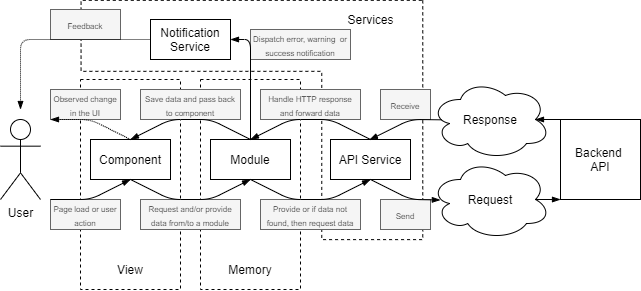
This is frontend/_docs/general-frontend-flow.png from neat-monte/manganace, a draw.io export, as it was before one commit. Source tidied: cells renumbered, new cells last; positions are measured from the earlier drawing's top-left corner, leaving out a move shared by most shapes.
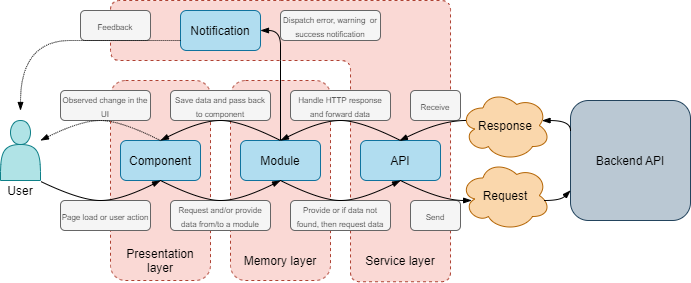
The same diagram one commit later.

The edit, as a diff of the source:
```diff
@@ -2,84 +2,89 @@
   <root>
     <mxCell id="0" />
     <mxCell id="1" parent="0" />
-    <mxCell id="2" style="rounded=0;whiteSpace=wrap;html=1;shadow=0;glass=0;dashed=1;fillColor=none;" parent="1" vertex="1">
-      <mxGeometry x="80" y="130" width="100" height="210" as="geometry" />
+    <mxCell id="2" style="whiteSpace=wrap;html=1;shadow=0;glass=0;dashed=1;fillColor=#fad9d5;strokeColor=#ae4132;rounded=1;" parent="1" vertex="1">
+      <mxGeometry x="80" y="130" width="100" height="200" as="geometry" />
     </mxCell>
-    <mxCell id="3" style="rounded=0;whiteSpace=wrap;html=1;shadow=0;glass=0;dashed=1;fillColor=none;" parent="1" vertex="1">
-      <mxGeometry x="200" y="130" width="100" height="210" as="geometry" />
+    <mxCell id="3" style="whiteSpace=wrap;html=1;shadow=0;glass=0;dashed=1;fillColor=#fad9d5;strokeColor=#ae4132;rounded=1;" parent="1" vertex="1">
+      <mxGeometry x="200" y="130" width="100" height="200" as="geometry" />
     </mxCell>
-    <mxCell id="4" style="shape=corner;whiteSpace=wrap;html=1;rotation=90;dx=71;dy=101;dashed=1;fillColor=none;" parent="1" vertex="1">
-      <mxGeometry x="131.8" y="-0.4" width="239.3" height="341.7" as="geometry" />
+    <mxCell id="4" style="shape=corner;whiteSpace=wrap;html=1;rotation=90;dx=60;dy=100;dashed=1;fillColor=#fad9d5;strokeColor=#ae4132;rounded=1;" parent="1" vertex="1">
+      <mxGeometry x="109.4" y="20.6" width="281.2" height="340" as="geometry" />
     </mxCell>
-    <mxCell id="5" value="Component" style="rounded=0;whiteSpace=wrap;html=1;" parent="1" vertex="1">
+    <mxCell id="5" value="Component" style="whiteSpace=wrap;html=1;fillColor=#b1ddf0;strokeColor=#10739e;rounded=1;" parent="1" vertex="1">
       <mxGeometry x="90" y="190" width="80" height="40" as="geometry" />
     </mxCell>
-    <mxCell id="6" value="Module" style="rounded=0;whiteSpace=wrap;html=1;" parent="1" vertex="1">
+    <mxCell id="6" value="Module" style="whiteSpace=wrap;html=1;fillColor=#b1ddf0;strokeColor=#10739e;rounded=1;" parent="1" vertex="1">
       <mxGeometry x="210" y="190" width="80" height="40" as="geometry" />
     </mxCell>
-    <mxCell id="7" value="API Service" style="rounded=0;whiteSpace=wrap;html=1;" parent="1" vertex="1">
+    <mxCell id="7" value="API" style="whiteSpace=wrap;html=1;fillColor=#b1ddf0;strokeColor=#10739e;rounded=1;" parent="1" vertex="1">
       <mxGeometry x="330" y="190" width="80" height="40" as="geometry" />
     </mxCell>
-    <mxCell id="8" value="Notification Service" style="rounded=0;whiteSpace=wrap;html=1;" parent="1" vertex="1">
-      <mxGeometry x="150" y="70" width="80" height="40" as="geometry" />
+    <mxCell id="8" value="Notification" style="whiteSpace=wrap;html=1;fillColor=#b1ddf0;strokeColor=#10739e;rounded=1;" parent="1" vertex="1">
+      <mxGeometry x="150" y="60" width="80" height="40" as="geometry" />
     </mxCell>
-    <mxCell id="9" value="Request" style="ellipse;shape=cloud;whiteSpace=wrap;html=1;" parent="1" vertex="1">
-      <mxGeometry x="430" y="210" width="120" height="80" as="geometry" />
+    <mxCell id="9" value="Request" style="ellipse;shape=cloud;whiteSpace=wrap;html=1;rounded=1;fillColor=#fad7ac;strokeColor=#b46504;" parent="1" vertex="1">
+      <mxGeometry x="430" y="210" width="90" height="70" as="geometry" />
     </mxCell>
-    <mxCell id="10" value="User" style="shape=umlActor;verticalLabelPosition=bottom;verticalAlign=top;html=1;" parent="1" vertex="1">
-      <mxGeometry y="170" width="40" height="80" as="geometry" />
-    </mxCell>
-    <mxCell id="11" value="Response" style="ellipse;shape=cloud;whiteSpace=wrap;html=1;" parent="1" vertex="1">
-      <mxGeometry x="430" y="130" width="120" height="80" as="geometry" />
+    <mxCell id="11" value="Response" style="ellipse;shape=cloud;whiteSpace=wrap;html=1;rounded=1;fillColor=#fad7ac;strokeColor=#b46504;" parent="1" vertex="1">
+      <mxGeometry x="430" y="140" width="90" height="70" as="geometry" />
     </mxCell>
-    <mxCell id="12" value="Backend &lt;br&gt;API" style="whiteSpace=wrap;html=1;" parent="1" vertex="1">
-      <mxGeometry x="560" y="170" width="80" height="80" as="geometry" />
+    <mxCell id="12" value="Backend&amp;nbsp;API" style="whiteSpace=wrap;html=1;fillColor=#bac8d3;strokeColor=#23445d;rounded=1;" parent="1" vertex="1">
+      <mxGeometry x="540" y="150" width="120" height="120" as="geometry" />
     </mxCell>
-    <mxCell id="13" style="endArrow=blockThin;html=1;endFill=1;exitX=0.875;exitY=0.5;exitDx=0;exitDy=0;exitPerimeter=0;entryX=0;entryY=1;entryDx=0;entryDy=0;" parent="1" edge="1" source="9" target="12">
-      <mxGeometry relative="1" as="geometry" />
+    <mxCell id="13" style="endArrow=blockThin;html=1;endFill=1;exitX=0.933;exitY=0.571;exitDx=0;exitDy=0;exitPerimeter=0;entryX=0;entryY=0.75;entryDx=0;entryDy=0;curved=1;" parent="1" edge="1" source="9" target="12">
+      <mxGeometry relative="1" as="geometry">
+        <Array as="points">
+          <mxPoint x="530" y="250" />
+        </Array>
+      </mxGeometry>
     </mxCell>
-    <mxCell id="14" style="endArrow=blockThin;html=1;endFill=1;exitX=0;exitY=0;exitDx=0;exitDy=0;entryX=0.875;entryY=0.5;entryDx=0;entryDy=0;entryPerimeter=0;" parent="1" edge="1" source="12" target="11">
-      <mxGeometry relative="1" as="geometry" />
+    <mxCell id="14" style="endArrow=blockThin;html=1;endFill=1;exitX=0;exitY=0.25;exitDx=0;exitDy=0;entryX=0.906;entryY=0.43;entryDx=0;entryDy=0;entryPerimeter=0;curved=1;" parent="1" edge="1" source="12" target="11">
+      <mxGeometry relative="1" as="geometry">
+        <Array as="points">
+          <mxPoint x="540" y="170" />
+        </Array>
+      </mxGeometry>
     </mxCell>
-    <mxCell id="15" value="&lt;span style=&quot;font-size: 8px&quot;&gt;Request and/or provide data from/to a module&lt;/span&gt;" style="text;html=1;strokeColor=#666666;fillColor=#f5f5f5;align=center;verticalAlign=middle;whiteSpace=wrap;rounded=0;fontColor=#333333;" parent="1" vertex="1">
+    <mxCell id="15" value="&lt;span style=&quot;font-size: 8px&quot;&gt;Request and/or provide data from/to a module&lt;/span&gt;" style="text;html=1;strokeColor=#666666;fillColor=#f5f5f5;align=center;verticalAlign=middle;whiteSpace=wrap;fontColor=#333333;rounded=1;" parent="1" vertex="1">
       <mxGeometry x="140" y="250" width="100" height="30" as="geometry" />
     </mxCell>
-    <mxCell id="16" value="&lt;span style=&quot;font-size: 8px&quot;&gt;Page load or user action&lt;/span&gt;" style="text;html=1;strokeColor=#666666;fillColor=#f5f5f5;align=center;verticalAlign=middle;whiteSpace=wrap;rounded=0;fontColor=#333333;" parent="1" vertex="1">
-      <mxGeometry x="50" y="250" width="70" height="30" as="geometry" />
+    <mxCell id="16" value="&lt;span style=&quot;font-size: 8px&quot;&gt;Page load or user action&lt;/span&gt;" style="text;html=1;strokeColor=#666666;fillColor=#f5f5f5;align=center;verticalAlign=middle;whiteSpace=wrap;fontColor=#333333;rounded=1;" parent="1" vertex="1">
+      <mxGeometry x="30" y="250" width="90" height="30" as="geometry" />
     </mxCell>
-    <mxCell id="17" value="&lt;font style=&quot;font-size: 8px&quot;&gt;Provide or if data not found, then request&amp;nbsp;&lt;/font&gt;&lt;span style=&quot;font-size: 8px&quot;&gt;data&lt;/span&gt;" style="text;html=1;strokeColor=#666666;fillColor=#f5f5f5;align=center;verticalAlign=middle;whiteSpace=wrap;rounded=0;fontColor=#333333;" parent="1" vertex="1">
+    <mxCell id="17" value="&lt;font style=&quot;font-size: 8px&quot;&gt;Provide or if data not found, then request&amp;nbsp;&lt;/font&gt;&lt;span style=&quot;font-size: 8px&quot;&gt;data&lt;/span&gt;" style="text;html=1;strokeColor=#666666;fillColor=#f5f5f5;align=center;verticalAlign=middle;whiteSpace=wrap;fontColor=#333333;rounded=1;" parent="1" vertex="1">
       <mxGeometry x="260" y="250" width="100" height="30" as="geometry" />
     </mxCell>
-    <mxCell id="18" value="&lt;font style=&quot;font-size: 8px&quot;&gt;Save data and pass back to component&lt;/font&gt;" style="text;html=1;strokeColor=#666666;fillColor=#f5f5f5;align=center;verticalAlign=middle;whiteSpace=wrap;rounded=0;fontColor=#333333;" parent="1" vertex="1">
+    <mxCell id="18" value="&lt;font style=&quot;font-size: 8px&quot;&gt;Save data and pass back to component&lt;/font&gt;" style="text;html=1;strokeColor=#666666;fillColor=#f5f5f5;align=center;verticalAlign=middle;whiteSpace=wrap;fontColor=#333333;rounded=1;" parent="1" vertex="1">
       <mxGeometry x="140" y="140" width="100" height="30" as="geometry" />
     </mxCell>
-    <mxCell id="19" value="&lt;font style=&quot;font-size: 8px&quot;&gt;Handle HTTP response and forward data&lt;/font&gt;" style="text;html=1;strokeColor=#666666;fillColor=#f5f5f5;align=center;verticalAlign=middle;whiteSpace=wrap;rounded=0;fontColor=#333333;" parent="1" vertex="1">
+    <mxCell id="19" value="&lt;font style=&quot;font-size: 8px&quot;&gt;Handle HTTP response and forward data&lt;/font&gt;" style="text;html=1;strokeColor=#666666;fillColor=#f5f5f5;align=center;verticalAlign=middle;whiteSpace=wrap;fontColor=#333333;rounded=1;" parent="1" vertex="1">
       <mxGeometry x="260" y="140" width="100" height="30" as="geometry" />
     </mxCell>
-    <mxCell id="20" value="&lt;font style=&quot;font-size: 8px&quot;&gt;Dispatch error, warning&amp;nbsp; or success notification&lt;/font&gt;" style="text;html=1;strokeColor=#666666;fillColor=#f5f5f5;align=center;verticalAlign=middle;whiteSpace=wrap;rounded=0;fontColor=#333333;" parent="1" vertex="1">
-      <mxGeometry x="250" y="80" width="100" height="30" as="geometry" />
+    <mxCell id="20" value="&lt;font style=&quot;font-size: 8px&quot;&gt;Dispatch error, warning&amp;nbsp; or success notification&lt;/font&gt;" style="text;html=1;strokeColor=#666666;fillColor=#f5f5f5;align=center;verticalAlign=middle;whiteSpace=wrap;fontColor=#333333;rounded=1;" parent="1" vertex="1">
+      <mxGeometry x="250" y="60" width="100" height="30" as="geometry" />
     </mxCell>
-    <mxCell id="21" value="&lt;font style=&quot;font-size: 8px&quot;&gt;Feedback&lt;/font&gt;" style="text;html=1;strokeColor=#666666;fillColor=#f5f5f5;align=center;verticalAlign=middle;whiteSpace=wrap;rounded=0;fontColor=#333333;" parent="1" vertex="1">
+    <mxCell id="21" value="&lt;font style=&quot;font-size: 8px&quot;&gt;Feedback&lt;/font&gt;" style="text;html=1;strokeColor=#666666;fillColor=#f5f5f5;align=center;verticalAlign=middle;whiteSpace=wrap;fontColor=#333333;rounded=1;" parent="1" vertex="1">
       <mxGeometry x="50" y="60" width="70" height="30" as="geometry" />
     </mxCell>
-    <mxCell id="22" value="&lt;font style=&quot;font-size: 8px&quot;&gt;Observed change in the UI&lt;/font&gt;" style="text;html=1;strokeColor=#666666;fillColor=#f5f5f5;align=center;verticalAlign=middle;whiteSpace=wrap;rounded=0;fontColor=#333333;" parent="1" vertex="1">
-      <mxGeometry x="50" y="140" width="70" height="30" as="geometry" />
+    <mxCell id="22" value="&lt;font style=&quot;font-size: 8px&quot;&gt;Observed change in the UI&lt;/font&gt;" style="text;html=1;strokeColor=#666666;fillColor=#f5f5f5;align=center;verticalAlign=middle;whiteSpace=wrap;fontColor=#333333;rounded=1;" parent="1" vertex="1">
+      <mxGeometry x="30" y="140" width="90" height="30" as="geometry" />
     </mxCell>
-    <mxCell id="23" value="&lt;font style=&quot;font-size: 8px&quot;&gt;Send&lt;/font&gt;" style="text;html=1;strokeColor=#666666;fillColor=#f5f5f5;align=center;verticalAlign=middle;whiteSpace=wrap;rounded=0;fontColor=#333333;" parent="1" vertex="1">
+    <mxCell id="23" value="&lt;font style=&quot;font-size: 8px&quot;&gt;Send&lt;/font&gt;" style="text;html=1;strokeColor=#666666;fillColor=#f5f5f5;align=center;verticalAlign=middle;whiteSpace=wrap;fontColor=#333333;rounded=1;" parent="1" vertex="1">
       <mxGeometry x="380" y="250" width="50" height="30" as="geometry" />
     </mxCell>
-    <mxCell id="24" value="&lt;font style=&quot;font-size: 8px&quot;&gt;Receive&lt;/font&gt;" style="text;html=1;strokeColor=#666666;fillColor=#f5f5f5;align=center;verticalAlign=middle;whiteSpace=wrap;rounded=0;fontColor=#333333;" parent="1" vertex="1">
+    <mxCell id="24" value="&lt;font style=&quot;font-size: 8px&quot;&gt;Receive&lt;/font&gt;" style="text;html=1;strokeColor=#666666;fillColor=#f5f5f5;align=center;verticalAlign=middle;whiteSpace=wrap;fontColor=#333333;rounded=1;" parent="1" vertex="1">
       <mxGeometry x="380" y="140" width="50" height="30" as="geometry" />
     </mxCell>
-    <mxCell id="25" style="endArrow=blockThin;html=1;endFill=1;entryX=0.5;entryY=1;entryDx=0;entryDy=0;" parent="1" edge="1" target="5">
+    <mxCell id="25" style="endArrow=blockThin;html=1;endFill=1;entryX=0.5;entryY=1;entryDx=0;entryDy=0;curved=1;exitX=1.008;exitY=1.017;exitDx=0;exitDy=0;exitPerimeter=0;" parent="1" edge="1" source="38" target="5">
       <mxGeometry relative="1" as="geometry">
-        <mxPoint x="50" y="250" as="sourcePoint" />
         <Array as="points">
+          <mxPoint x="50" y="250" />
           <mxPoint x="90" y="250" />
         </Array>
       </mxGeometry>
     </mxCell>
-    <mxCell id="26" style="endArrow=blockThin;html=1;endFill=1;entryX=0.5;entryY=1;entryDx=0;entryDy=0;exitX=0.5;exitY=1;exitDx=0;exitDy=0;" parent="1" edge="1" source="5" target="6">
+    <mxCell id="26" style="endArrow=blockThin;html=1;endFill=1;entryX=0.5;entryY=1;entryDx=0;entryDy=0;exitX=0.5;exitY=1;exitDx=0;exitDy=0;curved=1;" parent="1" edge="1" source="5" target="6">
       <mxGeometry relative="1" as="geometry">
         <Array as="points">
           <mxPoint x="170" y="250" />
@@ -87,7 +92,7 @@
         </Array>
       </mxGeometry>
     </mxCell>
-    <mxCell id="27" style="endArrow=blockThin;html=1;endFill=1;entryX=0.5;entryY=1;entryDx=0;entryDy=0;exitX=0.5;exitY=1;exitDx=0;exitDy=0;" parent="1" edge="1" source="6" target="7">
+    <mxCell id="27" style="endArrow=blockThin;html=1;endFill=1;entryX=0.5;entryY=1;entryDx=0;entryDy=0;exitX=0.5;exitY=1;exitDx=0;exitDy=0;curved=1;" parent="1" edge="1" source="6" target="7">
       <mxGeometry relative="1" as="geometry">
         <Array as="points">
           <mxPoint x="290" y="250" />
@@ -95,7 +100,7 @@
         </Array>
       </mxGeometry>
     </mxCell>
-    <mxCell id="28" style="endArrow=blockThin;html=1;endFill=1;exitX=0.5;exitY=1;exitDx=0;exitDy=0;entryX=0.082;entryY=0.506;entryDx=0;entryDy=0;entryPerimeter=0;" parent="1" edge="1" target="9">
+    <mxCell id="28" style="endArrow=blockThin;html=1;endFill=1;exitX=0.5;exitY=1;exitDx=0;exitDy=0;entryX=0.124;entryY=0.571;entryDx=0;entryDy=0;entryPerimeter=0;curved=1;" parent="1" edge="1" target="9">
       <mxGeometry relative="1" as="geometry">
         <mxPoint x="370" y="230" as="sourcePoint" />
         <Array as="points">
@@ -103,14 +108,14 @@
         </Array>
       </mxGeometry>
     </mxCell>
-    <mxCell id="29" style="endArrow=blockThin;html=1;endFill=1;exitX=0.094;exitY=0.504;exitDx=0;exitDy=0;entryX=0.488;entryY=0.008;entryDx=0;entryDy=0;entryPerimeter=0;exitPerimeter=0;" parent="1" edge="1" source="11" target="7">
+    <mxCell id="29" style="endArrow=blockThin;html=1;endFill=1;exitX=0.064;exitY=0.428;exitDx=0;exitDy=0;entryX=0.488;entryY=0.008;entryDx=0;entryDy=0;entryPerimeter=0;exitPerimeter=0;curved=1;" parent="1" edge="1" source="11" target="7">
       <mxGeometry relative="1" as="geometry">
         <Array as="points">
           <mxPoint x="410" y="170" />
         </Array>
       </mxGeometry>
     </mxCell>
-    <mxCell id="30" style="endArrow=blockThin;html=1;endFill=1;exitX=0.5;exitY=0;exitDx=0;exitDy=0;entryX=0.5;entryY=0;entryDx=0;entryDy=0;" parent="1" edge="1" source="7" target="6">
+    <mxCell id="30" style="endArrow=blockThin;html=1;endFill=1;exitX=0.5;exitY=0;exitDx=0;exitDy=0;entryX=0.5;entryY=0;entryDx=0;entryDy=0;curved=1;" parent="1" edge="1" source="7" target="6">
       <mxGeometry relative="1" as="geometry">
         <Array as="points">
           <mxPoint x="330" y="170" />
@@ -118,7 +123,7 @@
         </Array>
       </mxGeometry>
     </mxCell>
-    <mxCell id="31" style="endArrow=blockThin;html=1;endFill=1;exitX=0.5;exitY=0;exitDx=0;exitDy=0;entryX=0.5;entryY=0;entryDx=0;entryDy=0;" parent="1" edge="1" source="6" target="5">
+    <mxCell id="31" style="endArrow=blockThin;html=1;endFill=1;exitX=0.5;exitY=0;exitDx=0;exitDy=0;entryX=0.5;entryY=0;entryDx=0;entryDy=0;curved=1;" parent="1" edge="1" source="6" target="5">
       <mxGeometry relative="1" as="geometry">
         <Array as="points">
           <mxPoint x="210" y="170" />
@@ -126,37 +131,45 @@
         </Array>
       </mxGeometry>
     </mxCell>
-    <mxCell id="32" style="endArrow=blockThin;html=1;endFill=1;exitX=0.5;exitY=0;exitDx=0;exitDy=0;dashed=1;dashPattern=1 1;" parent="1" edge="1" source="5">
+    <mxCell id="32" style="endArrow=blockThin;html=1;endFill=1;exitX=0.5;exitY=0;exitDx=0;exitDy=0;dashed=1;dashPattern=1 1;curved=1;" parent="1" edge="1" source="5" target="38">
       <mxGeometry relative="1" as="geometry">
-        <mxPoint x="50" y="170" as="targetPoint" />
         <Array as="points">
           <mxPoint x="90" y="170" />
+          <mxPoint x="50" y="170" />
         </Array>
       </mxGeometry>
     </mxCell>
-    <mxCell id="33" style="endArrow=blockThin;html=1;endFill=1;exitX=0.5;exitY=0;exitDx=0;exitDy=0;entryX=1;entryY=0.5;entryDx=0;entryDy=0;" parent="1" edge="1" source="6" target="8">
+    <mxCell id="33" style="endArrow=blockThin;html=1;endFill=1;exitX=0.5;exitY=0;exitDx=0;exitDy=0;entryX=1;entryY=0.5;entryDx=0;entryDy=0;curved=1;" parent="1" edge="1" source="6" target="8">
       <mxGeometry relative="1" as="geometry">
         <Array as="points">
-          <mxPoint x="250" y="90" />
+          <mxPoint x="250" y="110" />
+          <mxPoint x="250" y="80" />
         </Array>
       </mxGeometry>
     </mxCell>
-    <mxCell id="34" style="endArrow=blockThin;html=1;endFill=1;dashed=1;exitX=0;exitY=0.5;exitDx=0;exitDy=0;dashPattern=1 1;" parent="1" edge="1" source="8">
+    <mxCell id="34" style="endArrow=blockThin;html=1;endFill=1;dashed=1;exitX=0;exitY=0.75;exitDx=0;exitDy=0;dashPattern=1 1;curved=1;" parent="1" edge="1" source="8">
       <mxGeometry relative="1" as="geometry">
-        <mxPoint x="20" y="160" as="targetPoint" />
+        <mxPoint x="-10" y="160" as="targetPoint" />
         <Array as="points">
-          <mxPoint x="20" y="90" />
+          <mxPoint x="90" y="90" />
+          <mxPoint x="-10" y="90" />
         </Array>
       </mxGeometry>
     </mxCell>
-    <mxCell id="35" value="Services" style="text;html=1;strokeColor=none;fillColor=none;align=center;verticalAlign=middle;whiteSpace=wrap;rounded=0;dashed=1;" parent="1" vertex="1">
-      <mxGeometry x="331.1" y="60" width="78.9" height="20" as="geometry" />
+    <mxCell id="35" value="Service layer" style="text;html=1;strokeColor=none;fillColor=none;align=center;verticalAlign=middle;whiteSpace=wrap;dashed=1;rounded=1;" parent="1" vertex="1">
+      <mxGeometry x="320" y="300" width="100" height="20" as="geometry" />
     </mxCell>
-    <mxCell id="36" value="Memory" style="text;html=1;strokeColor=none;fillColor=none;align=center;verticalAlign=middle;whiteSpace=wrap;rounded=0;dashed=1;" parent="1" vertex="1">
-      <mxGeometry x="210" y="310" width="80" height="20" as="geometry" />
+    <mxCell id="36" value="Memory layer" style="text;html=1;strokeColor=none;fillColor=none;align=center;verticalAlign=middle;whiteSpace=wrap;dashed=1;rounded=1;" parent="1" vertex="1">
+      <mxGeometry x="200" y="300" width="100" height="20" as="geometry" />
     </mxCell>
-    <mxCell id="37" value="View" style="text;html=1;strokeColor=none;fillColor=none;align=center;verticalAlign=middle;whiteSpace=wrap;rounded=0;dashed=1;" parent="1" vertex="1">
-      <mxGeometry x="110" y="310" width="40" height="20" as="geometry" />
+    <mxCell id="37" value="Presentation&lt;br&gt;layer" style="text;html=1;strokeColor=none;fillColor=none;align=center;verticalAlign=middle;whiteSpace=wrap;dashed=1;rounded=1;" parent="1" vertex="1">
+      <mxGeometry x="80" y="300" width="100" height="20" as="geometry" />
     </mxCell>
+    <mxCell id="38" style="shape=actor;whiteSpace=wrap;html=1;rounded=1;fillColor=#b0e3e6;strokeColor=#0e8088;" parent="1" vertex="1">
+      <mxGeometry x="-30" y="170" width="40" height="60" as="geometry" />
+    </mxCell>
+    <mxCell id="10" value="User" style="text;html=1;strokeColor=none;fillColor=none;align=center;verticalAlign=middle;whiteSpace=wrap;rounded=1;" parent="1" vertex="1">
+      <mxGeometry x="-30" y="230" width="40" height="20" as="geometry" />
+    </mxCell>
   </root>
 </mxGraphModel>
```
